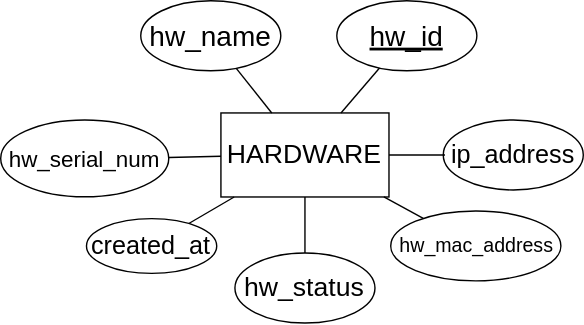
This is img/DB-diagrams/Hardware.drawio.svg from isel-remote-lab/documentation, a draw.io export, as it was before one commit. Source tidied: cells renumbered, new cells last; positions are measured from the earlier drawing's top-left corner, leaving out a move shared by most shapes. The source it was exported from:
```xml
<mxGraphModel>
  <root>
    <mxCell id="0" />
    <mxCell id="1" parent="0" />
    <mxCell id="2" value="HARDWARE" style="rounded=0;whiteSpace=wrap;html=1;fontSize=19;" parent="1" vertex="1">
      <mxGeometry x="157.2" y="80.1" width="120" height="60" as="geometry" />
    </mxCell>
    <mxCell id="3" value="hw_name" style="ellipse;whiteSpace=wrap;html=1;fontStyle=0;fontSize=20;" parent="1" vertex="1">
      <mxGeometry x="100" width="100" height="50" as="geometry" />
    </mxCell>
    <mxCell id="4" value="&lt;span&gt;hw_serial_num&lt;/span&gt;" style="ellipse;whiteSpace=wrap;html=1;fontStyle=0;fontSize=16;" parent="1" vertex="1">
      <mxGeometry y="85.1" width="120" height="54.9" as="geometry" />
    </mxCell>
    <mxCell id="5" value="hw_id" style="ellipse;whiteSpace=wrap;html=1;fontStyle=4;fontSize=20;" parent="1" vertex="1">
      <mxGeometry x="240" width="100" height="50" as="geometry" />
    </mxCell>
    <mxCell id="6" style="endArrow=none;html=1;rounded=0;" parent="1" edge="1" source="2" target="5">
      <mxGeometry relative="1" as="geometry" />
    </mxCell>
    <mxCell id="7" style="endArrow=none;html=1;rounded=0;" parent="1" edge="1" source="3" target="2">
      <mxGeometry relative="1" as="geometry" />
    </mxCell>
    <mxCell id="8" style="endArrow=none;html=1;rounded=0;" parent="1" edge="1" source="4" target="2">
      <mxGeometry relative="1" as="geometry" />
    </mxCell>
    <mxCell id="9" value="hw_mac_address" style="ellipse;whiteSpace=wrap;html=1;fontStyle=0;fontSize=14;" parent="1" vertex="1">
      <mxGeometry x="278.5" y="150.1" width="121.5" height="49.9" as="geometry" />
    </mxCell>
    <mxCell id="10" style="endArrow=none;html=1;rounded=0;" parent="1" edge="1" source="9" target="2">
      <mxGeometry relative="1" as="geometry" />
    </mxCell>
    <mxCell id="11" value="created_at" style="ellipse;whiteSpace=wrap;html=1;fontStyle=0;fontSize=18;" parent="1" vertex="1">
      <mxGeometry x="61.2" y="155.6" width="93" height="39.1" as="geometry" />
    </mxCell>
    <mxCell id="12" style="endArrow=none;html=1;rounded=0;" parent="1" edge="1" source="11" target="2">
      <mxGeometry relative="1" as="geometry" />
    </mxCell>
    <mxCell id="13" value="ip_address" style="ellipse;whiteSpace=wrap;html=1;fontStyle=0;fontSize=18;" parent="1" vertex="1">
      <mxGeometry x="316" y="85.1" width="100" height="50" as="geometry" />
    </mxCell>
    <mxCell id="14" style="endArrow=none;html=1;rounded=0;" parent="1" edge="1" target="2">
      <mxGeometry relative="1" as="geometry">
        <mxPoint x="317.2" y="110.1" as="sourcePoint" />
      </mxGeometry>
    </mxCell>
    <mxCell id="15" value="hw_status" style="ellipse;whiteSpace=wrap;html=1;fontStyle=0;fontSize=19;" parent="1" vertex="1">
      <mxGeometry x="167.2" y="180.1" width="100" height="50" as="geometry" />
    </mxCell>
    <mxCell id="16" style="endArrow=none;html=1;rounded=0;" parent="1" edge="1" source="15" target="2">
      <mxGeometry relative="1" as="geometry" />
    </mxCell>
  </root>
</mxGraphModel>
```
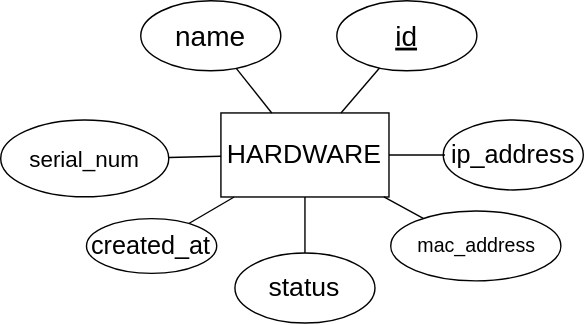
The same file after the commit.

Diff of the diagram source:
```diff
@@ -5,13 +5,13 @@
     <mxCell id="2" value="HARDWARE" style="rounded=0;whiteSpace=wrap;html=1;fontSize=19;" parent="1" vertex="1">
       <mxGeometry x="157.2" y="80.1" width="120" height="60" as="geometry" />
     </mxCell>
-    <mxCell id="3" value="hw_name" style="ellipse;whiteSpace=wrap;html=1;fontStyle=0;fontSize=20;" parent="1" vertex="1">
+    <mxCell id="3" value="name" style="ellipse;whiteSpace=wrap;html=1;fontStyle=0;fontSize=20;" parent="1" vertex="1">
       <mxGeometry x="100" width="100" height="50" as="geometry" />
     </mxCell>
-    <mxCell id="4" value="&lt;span&gt;hw_serial_num&lt;/span&gt;" style="ellipse;whiteSpace=wrap;html=1;fontStyle=0;fontSize=16;" parent="1" vertex="1">
+    <mxCell id="4" value="&lt;span&gt;serial_num&lt;/span&gt;" style="ellipse;whiteSpace=wrap;html=1;fontStyle=0;fontSize=16;" parent="1" vertex="1">
       <mxGeometry y="85.1" width="120" height="54.9" as="geometry" />
     </mxCell>
-    <mxCell id="5" value="hw_id" style="ellipse;whiteSpace=wrap;html=1;fontStyle=4;fontSize=20;" parent="1" vertex="1">
+    <mxCell id="5" value="id" style="ellipse;whiteSpace=wrap;html=1;fontStyle=4;fontSize=20;" parent="1" vertex="1">
       <mxGeometry x="240" width="100" height="50" as="geometry" />
     </mxCell>
     <mxCell id="6" style="endArrow=none;html=1;rounded=0;" parent="1" edge="1" source="2" target="5">
@@ -23,7 +23,7 @@
     <mxCell id="8" style="endArrow=none;html=1;rounded=0;" parent="1" edge="1" source="4" target="2">
       <mxGeometry relative="1" as="geometry" />
     </mxCell>
-    <mxCell id="9" value="hw_mac_address" style="ellipse;whiteSpace=wrap;html=1;fontStyle=0;fontSize=14;" parent="1" vertex="1">
+    <mxCell id="9" value="mac_address" style="ellipse;whiteSpace=wrap;html=1;fontStyle=0;fontSize=14;" parent="1" vertex="1">
       <mxGeometry x="278.5" y="150.1" width="121.5" height="49.9" as="geometry" />
     </mxCell>
     <mxCell id="10" style="endArrow=none;html=1;rounded=0;" parent="1" edge="1" source="9" target="2">
@@ -43,7 +43,7 @@
         <mxPoint x="317.2" y="110.1" as="sourcePoint" />
       </mxGeometry>
     </mxCell>
-    <mxCell id="15" value="hw_status" style="ellipse;whiteSpace=wrap;html=1;fontStyle=0;fontSize=19;" parent="1" vertex="1">
+    <mxCell id="15" value="status" style="ellipse;whiteSpace=wrap;html=1;fontStyle=0;fontSize=19;" parent="1" vertex="1">
       <mxGeometry x="167.2" y="180.1" width="100" height="50" as="geometry" />
     </mxCell>
     <mxCell id="16" style="endArrow=none;html=1;rounded=0;" parent="1" edge="1" source="15" target="2">
```
